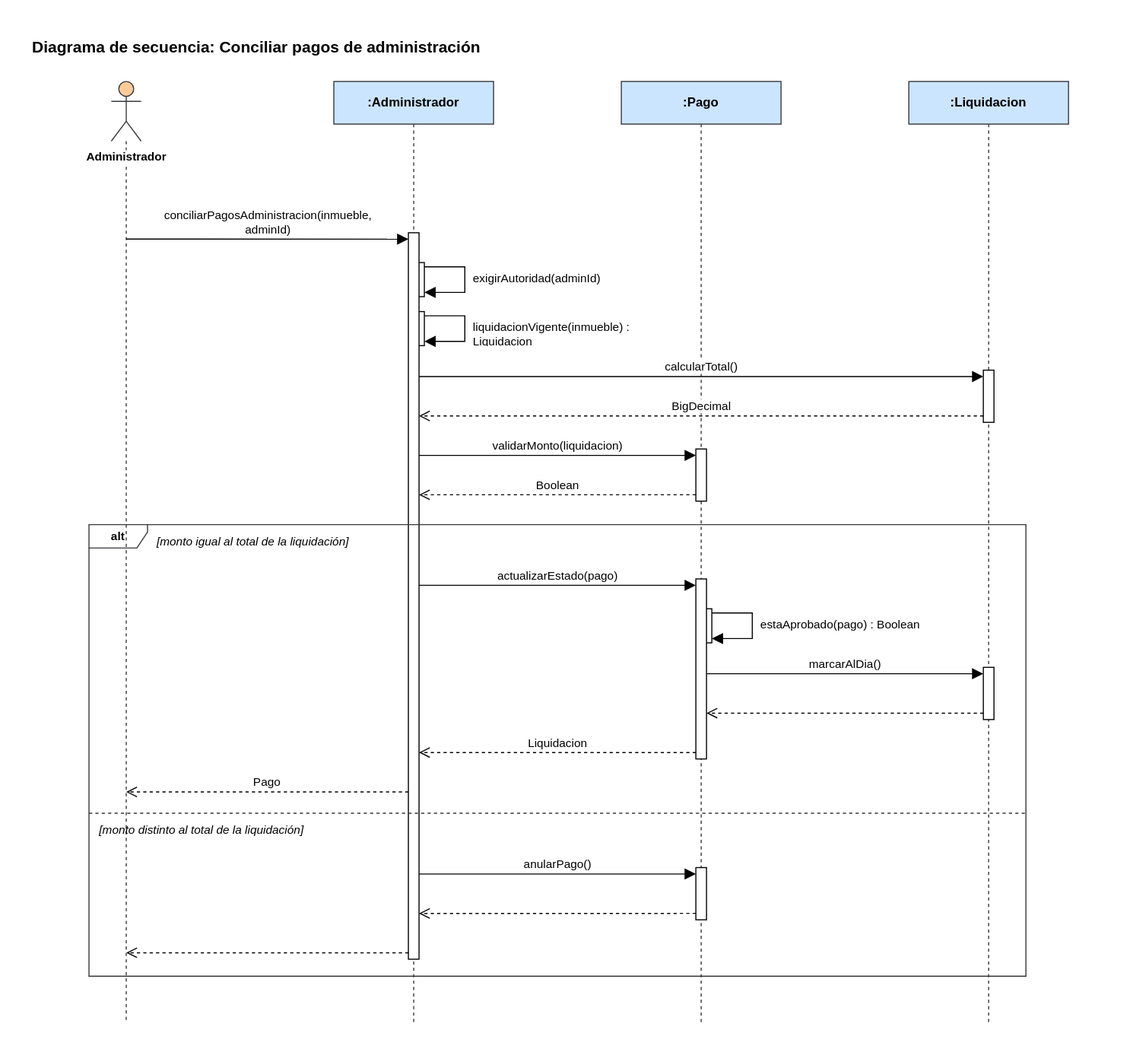
Above: Diagramas/Secuencia/conciliar-pagos-de-administracion.svg in manuel20051208/HorizontalSoftware-Back-End (draw.io), before the change. Source tidied: cells renumbered, new cells last; positions are measured from the earlier drawing's top-left corner, leaving out a move shared by most shapes. The source it was exported from:
```xml
<mxGraphModel>
  <root>
    <mxCell id="0" />
    <mxCell id="1" parent="0" />
    <mxCell id="2" value="&lt;b&gt;Diagrama de secuencia: Conciliar pagos de administración&lt;/b&gt;" style="text;html=1;align=left;verticalAlign=top;whiteSpace=wrap;fontSize=15;" parent="1" vertex="1">
      <mxGeometry width="1000" height="26" as="geometry" />
    </mxCell>
    <mxCell id="3" value="Administrador" style="shape=umlLifeline;participant=umlActor;perimeter=lifelinePerimeter;whiteSpace=nowrap;html=1;outlineConnect=0;portConstraint=eastwest;size=56;verticalAlign=top;spacingTop=58;labelBackgroundColor=#ffffff;fontStyle=1;fontSize=11;fillColor=#ffcc99;strokeColor=#36393d;" parent="1" vertex="1">
      <mxGeometry x="76" y="48" width="28" height="884" as="geometry" />
    </mxCell>
    <mxCell id="4" value=":Administrador" style="shape=umlLifeline;perimeter=lifelinePerimeter;whiteSpace=wrap;html=1;fillColor=#cce5ff;strokeColor=#36393d;fontStyle=1;fontSize=12;" parent="1" vertex="1">
      <mxGeometry x="285" y="48" width="150" height="884" as="geometry" />
    </mxCell>
    <mxCell id="5" value=":Pago" style="shape=umlLifeline;perimeter=lifelinePerimeter;whiteSpace=wrap;html=1;fillColor=#cce5ff;strokeColor=#36393d;fontStyle=1;fontSize=12;" parent="1" vertex="1">
      <mxGeometry x="555" y="48" width="150" height="884" as="geometry" />
    </mxCell>
    <mxCell id="6" value=":Liquidacion" style="shape=umlLifeline;perimeter=lifelinePerimeter;whiteSpace=wrap;html=1;fillColor=#cce5ff;strokeColor=#36393d;fontStyle=1;fontSize=12;" parent="1" vertex="1">
      <mxGeometry x="825" y="48" width="150" height="884" as="geometry" />
    </mxCell>
    <mxCell id="7" style="html=1;points=[];perimeter=orthogonalPerimeter;fillColor=#ffffff;strokeColor=#000000;" parent="1" vertex="1">
      <mxGeometry x="360" y="218" width="10" height="32" as="geometry" />
    </mxCell>
    <mxCell id="8" style="html=1;points=[];perimeter=orthogonalPerimeter;fillColor=#ffffff;strokeColor=#000000;" parent="1" vertex="1">
      <mxGeometry x="360" y="264" width="10" height="32" as="geometry" />
    </mxCell>
    <mxCell id="9" style="html=1;points=[];perimeter=orthogonalPerimeter;fillColor=#ffffff;strokeColor=#000000;" parent="1" vertex="1">
      <mxGeometry x="895" y="319" width="10" height="49" as="geometry" />
    </mxCell>
    <mxCell id="10" style="html=1;points=[];perimeter=orthogonalPerimeter;fillColor=#ffffff;strokeColor=#000000;" parent="1" vertex="1">
      <mxGeometry x="625" y="393" width="10" height="49" as="geometry" />
    </mxCell>
    <mxCell id="11" style="html=1;points=[];perimeter=orthogonalPerimeter;fillColor=#ffffff;strokeColor=#000000;" parent="1" vertex="1">
      <mxGeometry x="630" y="543" width="10" height="32" as="geometry" />
    </mxCell>
    <mxCell id="12" style="html=1;points=[];perimeter=orthogonalPerimeter;fillColor=#ffffff;strokeColor=#000000;" parent="1" vertex="1">
      <mxGeometry x="895" y="598" width="10" height="49" as="geometry" />
    </mxCell>
    <mxCell id="13" style="html=1;points=[];perimeter=orthogonalPerimeter;fillColor=#ffffff;strokeColor=#000000;" parent="1" vertex="1">
      <mxGeometry x="625" y="515" width="10" height="169" as="geometry" />
    </mxCell>
    <mxCell id="14" style="html=1;points=[];perimeter=orthogonalPerimeter;fillColor=#ffffff;strokeColor=#000000;" parent="1" vertex="1">
      <mxGeometry x="625" y="786" width="10" height="49" as="geometry" />
    </mxCell>
    <mxCell id="15" style="html=1;points=[];perimeter=orthogonalPerimeter;fillColor=#ffffff;strokeColor=#000000;" parent="1" vertex="1">
      <mxGeometry x="355" y="190" width="10" height="682" as="geometry" />
    </mxCell>
    <mxCell id="16" value="conciliarPagosAdministracion(inmueble,&lt;br&gt;adminId)" style="html=1;verticalAlign=bottom;rounded=0;fontSize=11;strokeColor=#000000;endArrow=block;endFill=1;endSize=8;exitX=0.5000;exitY=0.1674;exitDx=0;exitDy=0;exitPerimeter=0;entryX=0.0000;entryY=0.0088;entryDx=0;entryDy=0;entryPerimeter=0;" parent="1" edge="1" source="3" target="15">
      <mxGeometry relative="1" as="geometry" />
    </mxCell>
    <mxCell id="17" style="html=1;rounded=0;endArrow=block;endFill=1;endSize=8;strokeColor=#000000;exitX=1.0000;exitY=0.1250;exitDx=0;exitDy=0;exitPerimeter=0;entryX=1.0000;entryY=0.8750;entryDx=0;entryDy=0;entryPerimeter=0;" parent="1" edge="1" source="7" target="7">
      <mxGeometry relative="1" as="geometry">
        <Array as="points">
          <mxPoint x="408" y="222" />
          <mxPoint x="408" y="246" />
        </Array>
      </mxGeometry>
    </mxCell>
    <mxCell id="18" style="html=1;rounded=0;endArrow=block;endFill=1;endSize=8;strokeColor=#000000;exitX=1.0000;exitY=0.1250;exitDx=0;exitDy=0;exitPerimeter=0;entryX=1.0000;entryY=0.8750;entryDx=0;entryDy=0;entryPerimeter=0;" parent="1" edge="1" source="8" target="8">
      <mxGeometry relative="1" as="geometry">
        <Array as="points">
          <mxPoint x="408" y="268" />
          <mxPoint x="408" y="292" />
        </Array>
      </mxGeometry>
    </mxCell>
    <mxCell id="19" value="calcularTotal()" style="html=1;verticalAlign=bottom;rounded=0;fontSize=11;strokeColor=#000000;endArrow=block;endFill=1;endSize=8;exitX=1.0000;exitY=0.1979;exitDx=0;exitDy=0;exitPerimeter=0;entryX=0.0000;entryY=0.1224;entryDx=0;entryDy=0;entryPerimeter=0;" parent="1" edge="1" source="15" target="9">
      <mxGeometry relative="1" as="geometry" />
    </mxCell>
    <mxCell id="20" value="BigDecimal" style="html=1;verticalAlign=bottom;rounded=0;fontSize=11;strokeColor=#000000;dashed=1;endArrow=open;endFill=0;endSize=8;exitX=0.0000;exitY=0.8776;exitDx=0;exitDy=0;exitPerimeter=0;entryX=1.0000;entryY=0.2522;entryDx=0;entryDy=0;entryPerimeter=0;" parent="1" edge="1" source="9" target="15">
      <mxGeometry relative="1" as="geometry" />
    </mxCell>
    <mxCell id="21" value="validarMonto(liquidacion)" style="html=1;verticalAlign=bottom;rounded=0;fontSize=11;strokeColor=#000000;endArrow=block;endFill=1;endSize=8;exitX=1.0000;exitY=0.3065;exitDx=0;exitDy=0;exitPerimeter=0;entryX=0.0000;entryY=0.1224;entryDx=0;entryDy=0;entryPerimeter=0;" parent="1" edge="1" source="15" target="10">
      <mxGeometry relative="1" as="geometry" />
    </mxCell>
    <mxCell id="22" value="Boolean" style="html=1;verticalAlign=bottom;rounded=0;fontSize=11;strokeColor=#000000;dashed=1;endArrow=open;endFill=0;endSize=8;exitX=0.0000;exitY=0.8776;exitDx=0;exitDy=0;exitPerimeter=0;entryX=1.0000;entryY=0.3607;entryDx=0;entryDy=0;entryPerimeter=0;" parent="1" edge="1" source="10" target="15">
      <mxGeometry relative="1" as="geometry" />
    </mxCell>
    <mxCell id="23" value="actualizarEstado(pago)" style="html=1;verticalAlign=bottom;rounded=0;fontSize=11;strokeColor=#000000;endArrow=block;endFill=1;endSize=8;exitX=1.0000;exitY=0.4853;exitDx=0;exitDy=0;exitPerimeter=0;entryX=0.0000;entryY=0.0355;entryDx=0;entryDy=0;entryPerimeter=0;" parent="1" edge="1" source="15" target="13">
      <mxGeometry relative="1" as="geometry" />
    </mxCell>
    <mxCell id="24" style="html=1;rounded=0;endArrow=block;endFill=1;endSize=8;strokeColor=#000000;exitX=1.0000;exitY=0.1250;exitDx=0;exitDy=0;exitPerimeter=0;entryX=1.0000;entryY=0.8750;entryDx=0;entryDy=0;entryPerimeter=0;" parent="1" edge="1" source="11" target="11">
      <mxGeometry relative="1" as="geometry">
        <Array as="points">
          <mxPoint x="678" y="547" />
          <mxPoint x="678" y="571" />
        </Array>
      </mxGeometry>
    </mxCell>
    <mxCell id="25" value="marcarAlDia()" style="html=1;verticalAlign=bottom;rounded=0;fontSize=11;strokeColor=#000000;endArrow=block;endFill=1;endSize=8;exitX=1.0000;exitY=0.5266;exitDx=0;exitDy=0;exitPerimeter=0;entryX=0.0000;entryY=0.1224;entryDx=0;entryDy=0;entryPerimeter=0;" parent="1" edge="1" source="13" target="12">
      <mxGeometry relative="1" as="geometry" />
    </mxCell>
    <mxCell id="26" style="html=1;verticalAlign=bottom;rounded=0;fontSize=11;strokeColor=#000000;dashed=1;endArrow=open;endFill=0;endSize=8;exitX=0.0000;exitY=0.8776;exitDx=0;exitDy=0;exitPerimeter=0;entryX=1.0000;entryY=0.7456;entryDx=0;entryDy=0;entryPerimeter=0;" parent="1" edge="1" source="12" target="13">
      <mxGeometry relative="1" as="geometry" />
    </mxCell>
    <mxCell id="27" value="Liquidacion" style="html=1;verticalAlign=bottom;rounded=0;fontSize=11;strokeColor=#000000;dashed=1;endArrow=open;endFill=0;endSize=8;exitX=0.0000;exitY=0.9645;exitDx=0;exitDy=0;exitPerimeter=0;entryX=1.0000;entryY=0.7155;entryDx=0;entryDy=0;entryPerimeter=0;" parent="1" edge="1" source="13" target="15">
      <mxGeometry relative="1" as="geometry" />
    </mxCell>
    <mxCell id="28" value="Pago" style="html=1;verticalAlign=bottom;rounded=0;fontSize=11;strokeColor=#000000;dashed=1;endArrow=open;endFill=0;endSize=8;exitX=0.0000;exitY=0.7698;exitDx=0;exitDy=0;exitPerimeter=0;entryX=0.5000;entryY=0.7545;entryDx=0;entryDy=0;entryPerimeter=0;" parent="1" edge="1" source="15" target="3">
      <mxGeometry relative="1" as="geometry" />
    </mxCell>
    <mxCell id="29" value="anularPago()" style="html=1;verticalAlign=bottom;rounded=0;fontSize=11;strokeColor=#000000;endArrow=block;endFill=1;endSize=8;exitX=1.0000;exitY=0.8827;exitDx=0;exitDy=0;exitPerimeter=0;entryX=0.0000;entryY=0.1224;entryDx=0;entryDy=0;entryPerimeter=0;" parent="1" edge="1" source="15" target="14">
      <mxGeometry relative="1" as="geometry" />
    </mxCell>
    <mxCell id="30" style="html=1;verticalAlign=bottom;rounded=0;fontSize=11;strokeColor=#000000;dashed=1;endArrow=open;endFill=0;endSize=8;exitX=0.0000;exitY=0.8776;exitDx=0;exitDy=0;exitPerimeter=0;entryX=1.0000;entryY=0.9370;entryDx=0;entryDy=0;entryPerimeter=0;" parent="1" edge="1" source="14" target="15">
      <mxGeometry relative="1" as="geometry" />
    </mxCell>
    <mxCell id="31" style="html=1;verticalAlign=bottom;rounded=0;fontSize=11;strokeColor=#000000;dashed=1;endArrow=open;endFill=0;endSize=8;exitX=0.0000;exitY=0.9912;exitDx=0;exitDy=0;exitPerimeter=0;entryX=0.5000;entryY=0.9253;entryDx=0;entryDy=0;entryPerimeter=0;" parent="1" edge="1" source="15" target="3">
      <mxGeometry relative="1" as="geometry" />
    </mxCell>
    <mxCell id="32" value="exigirAutoridad(adminId)" style="text;html=1;align=left;verticalAlign=top;whiteSpace=wrap;overflow=hidden;fontSize=11;" parent="1" vertex="1">
      <mxGeometry x="414" y="220" width="185" height="28" as="geometry" />
    </mxCell>
    <mxCell id="33" value="liquidacionVigente(inmueble) : Liquidacion" style="text;html=1;align=left;verticalAlign=top;whiteSpace=wrap;overflow=hidden;fontSize=11;" parent="1" vertex="1">
      <mxGeometry x="414" y="266" width="185" height="28" as="geometry" />
    </mxCell>
    <mxCell id="34" value="estaAprobado(pago) : Boolean" style="text;html=1;align=left;verticalAlign=top;whiteSpace=wrap;overflow=hidden;fontSize=11;" parent="1" vertex="1">
      <mxGeometry x="684" y="545" width="185" height="28" as="geometry" />
    </mxCell>
    <mxCell id="35" value="alt" style="shape=umlFrame;whiteSpace=wrap;html=1;fillColor=none;strokeColor=#36393d;fontStyle=1;fontSize=11;width=55;height=22;" parent="1" vertex="1">
      <mxGeometry x="55" y="464" width="880" height="424" as="geometry" />
    </mxCell>
    <mxCell id="36" style="endArrow=none;dashed=1;html=1;strokeColor=#36393d;" parent="1" edge="1">
      <mxGeometry relative="1" as="geometry">
        <mxPoint x="55" y="735" as="sourcePoint" />
        <mxPoint x="935" y="735" as="targetPoint" />
      </mxGeometry>
    </mxCell>
    <mxCell id="37" value="[monto igual al total de la liquidación]" style="text;html=1;align=left;verticalAlign=top;whiteSpace=wrap;fontSize=11;fontStyle=2;" parent="1" vertex="1">
      <mxGeometry x="117" y="467" width="810" height="22" as="geometry" />
    </mxCell>
    <mxCell id="38" value="[monto distinto al total de la liquidación]" style="text;html=1;align=left;verticalAlign=top;whiteSpace=wrap;fontSize=11;fontStyle=2;" parent="1" vertex="1">
      <mxGeometry x="63" y="738" width="860" height="22" as="geometry" />
    </mxCell>
  </root>
</mxGraphModel>
```
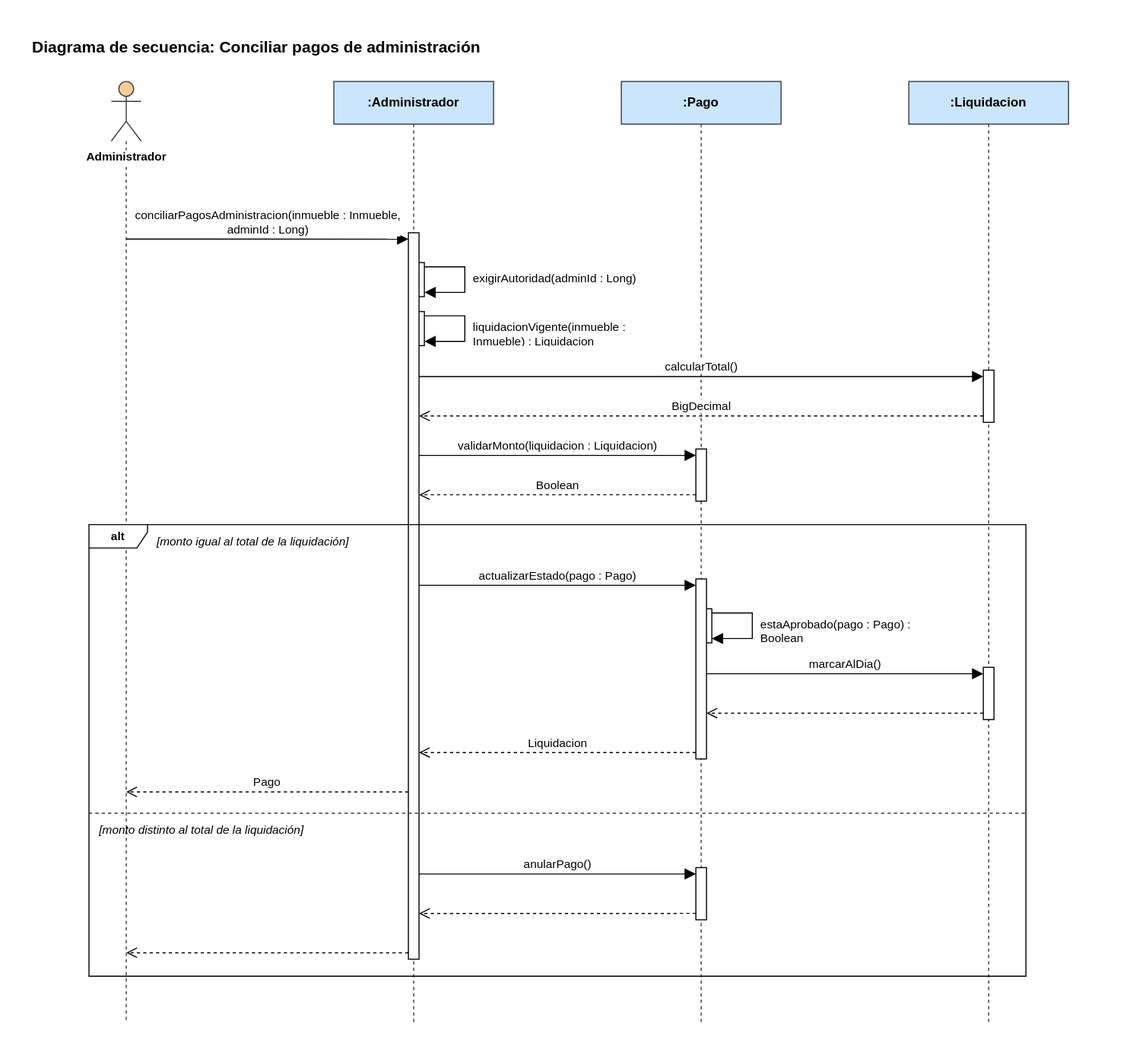
The same diagram one commit later.

What changed in the source:
```diff
@@ -44,7 +44,7 @@
     <mxCell id="15" style="html=1;points=[];perimeter=orthogonalPerimeter;fillColor=#ffffff;strokeColor=#000000;" parent="1" vertex="1">
       <mxGeometry x="355" y="190" width="10" height="682" as="geometry" />
     </mxCell>
-    <mxCell id="16" value="conciliarPagosAdministracion(inmueble,&lt;br&gt;adminId)" style="html=1;verticalAlign=bottom;rounded=0;fontSize=11;strokeColor=#000000;endArrow=block;endFill=1;endSize=8;exitX=0.5000;exitY=0.1674;exitDx=0;exitDy=0;exitPerimeter=0;entryX=0.0000;entryY=0.0088;entryDx=0;entryDy=0;entryPerimeter=0;" parent="1" edge="1" source="3" target="15">
+    <mxCell id="16" value="conciliarPagosAdministracion(inmueble : Inmueble,&lt;br&gt;adminId : Long)" style="html=1;verticalAlign=bottom;rounded=0;fontSize=11;strokeColor=#000000;endArrow=block;endFill=1;endSize=8;exitX=0.5000;exitY=0.1674;exitDx=0;exitDy=0;exitPerimeter=0;entryX=0.0000;entryY=0.0088;entryDx=0;entryDy=0;entryPerimeter=0;" parent="1" edge="1" source="3" target="15">
       <mxGeometry relative="1" as="geometry" />
     </mxCell>
     <mxCell id="17" style="html=1;rounded=0;endArrow=block;endFill=1;endSize=8;strokeColor=#000000;exitX=1.0000;exitY=0.1250;exitDx=0;exitDy=0;exitPerimeter=0;entryX=1.0000;entryY=0.8750;entryDx=0;entryDy=0;entryPerimeter=0;" parent="1" edge="1" source="7" target="7">
@@ -69,13 +69,13 @@
     <mxCell id="20" value="BigDecimal" style="html=1;verticalAlign=bottom;rounded=0;fontSize=11;strokeColor=#000000;dashed=1;endArrow=open;endFill=0;endSize=8;exitX=0.0000;exitY=0.8776;exitDx=0;exitDy=0;exitPerimeter=0;entryX=1.0000;entryY=0.2522;entryDx=0;entryDy=0;entryPerimeter=0;" parent="1" edge="1" source="9" target="15">
       <mxGeometry relative="1" as="geometry" />
     </mxCell>
-    <mxCell id="21" value="validarMonto(liquidacion)" style="html=1;verticalAlign=bottom;rounded=0;fontSize=11;strokeColor=#000000;endArrow=block;endFill=1;endSize=8;exitX=1.0000;exitY=0.3065;exitDx=0;exitDy=0;exitPerimeter=0;entryX=0.0000;entryY=0.1224;entryDx=0;entryDy=0;entryPerimeter=0;" parent="1" edge="1" source="15" target="10">
+    <mxCell id="21" value="validarMonto(liquidacion : Liquidacion)" style="html=1;verticalAlign=bottom;rounded=0;fontSize=11;strokeColor=#000000;endArrow=block;endFill=1;endSize=8;exitX=1.0000;exitY=0.3065;exitDx=0;exitDy=0;exitPerimeter=0;entryX=0.0000;entryY=0.1224;entryDx=0;entryDy=0;entryPerimeter=0;" parent="1" edge="1" source="15" target="10">
       <mxGeometry relative="1" as="geometry" />
     </mxCell>
     <mxCell id="22" value="Boolean" style="html=1;verticalAlign=bottom;rounded=0;fontSize=11;strokeColor=#000000;dashed=1;endArrow=open;endFill=0;endSize=8;exitX=0.0000;exitY=0.8776;exitDx=0;exitDy=0;exitPerimeter=0;entryX=1.0000;entryY=0.3607;entryDx=0;entryDy=0;entryPerimeter=0;" parent="1" edge="1" source="10" target="15">
       <mxGeometry relative="1" as="geometry" />
     </mxCell>
-    <mxCell id="23" value="actualizarEstado(pago)" style="html=1;verticalAlign=bottom;rounded=0;fontSize=11;strokeColor=#000000;endArrow=block;endFill=1;endSize=8;exitX=1.0000;exitY=0.4853;exitDx=0;exitDy=0;exitPerimeter=0;entryX=0.0000;entryY=0.0355;entryDx=0;entryDy=0;entryPerimeter=0;" parent="1" edge="1" source="15" target="13">
+    <mxCell id="23" value="actualizarEstado(pago : Pago)" style="html=1;verticalAlign=bottom;rounded=0;fontSize=11;strokeColor=#000000;endArrow=block;endFill=1;endSize=8;exitX=1.0000;exitY=0.4853;exitDx=0;exitDy=0;exitPerimeter=0;entryX=0.0000;entryY=0.0355;entryDx=0;entryDy=0;entryPerimeter=0;" parent="1" edge="1" source="15" target="13">
       <mxGeometry relative="1" as="geometry" />
     </mxCell>
     <mxCell id="24" style="html=1;rounded=0;endArrow=block;endFill=1;endSize=8;strokeColor=#000000;exitX=1.0000;exitY=0.1250;exitDx=0;exitDy=0;exitPerimeter=0;entryX=1.0000;entryY=0.8750;entryDx=0;entryDy=0;entryPerimeter=0;" parent="1" edge="1" source="11" target="11">
@@ -107,16 +107,16 @@
     <mxCell id="31" style="html=1;verticalAlign=bottom;rounded=0;fontSize=11;strokeColor=#000000;dashed=1;endArrow=open;endFill=0;endSize=8;exitX=0.0000;exitY=0.9912;exitDx=0;exitDy=0;exitPerimeter=0;entryX=0.5000;entryY=0.9253;entryDx=0;entryDy=0;entryPerimeter=0;" parent="1" edge="1" source="15" target="3">
       <mxGeometry relative="1" as="geometry" />
     </mxCell>
-    <mxCell id="32" value="exigirAutoridad(adminId)" style="text;html=1;align=left;verticalAlign=top;whiteSpace=wrap;overflow=hidden;fontSize=11;" parent="1" vertex="1">
+    <mxCell id="32" value="exigirAutoridad(adminId : Long)" style="text;html=1;align=left;verticalAlign=top;whiteSpace=wrap;overflow=hidden;fontSize=11;" parent="1" vertex="1">
       <mxGeometry x="414" y="220" width="185" height="28" as="geometry" />
     </mxCell>
-    <mxCell id="33" value="liquidacionVigente(inmueble) : Liquidacion" style="text;html=1;align=left;verticalAlign=top;whiteSpace=wrap;overflow=hidden;fontSize=11;" parent="1" vertex="1">
+    <mxCell id="33" value="liquidacionVigente(inmueble : Inmueble) : Liquidacion" style="text;html=1;align=left;verticalAlign=top;whiteSpace=wrap;overflow=hidden;fontSize=11;" parent="1" vertex="1">
       <mxGeometry x="414" y="266" width="185" height="28" as="geometry" />
     </mxCell>
-    <mxCell id="34" value="estaAprobado(pago) : Boolean" style="text;html=1;align=left;verticalAlign=top;whiteSpace=wrap;overflow=hidden;fontSize=11;" parent="1" vertex="1">
+    <mxCell id="34" value="estaAprobado(pago : Pago) : Boolean" style="text;html=1;align=left;verticalAlign=top;whiteSpace=wrap;overflow=hidden;fontSize=11;" parent="1" vertex="1">
       <mxGeometry x="684" y="545" width="185" height="28" as="geometry" />
     </mxCell>
-    <mxCell id="35" value="alt" style="shape=umlFrame;whiteSpace=wrap;html=1;fillColor=none;strokeColor=#36393d;fontStyle=1;fontSize=11;width=55;height=22;" parent="1" vertex="1">
+    <mxCell id="35" value="alt" style="shape=umlFrame;whiteSpace=wrap;html=1;fontStyle=1;fontSize=11;width=55;height=22;" parent="1" vertex="1">
       <mxGeometry x="55" y="464" width="880" height="424" as="geometry" />
     </mxCell>
     <mxCell id="36" style="endArrow=none;dashed=1;html=1;strokeColor=#36393d;" parent="1" edge="1">
```
